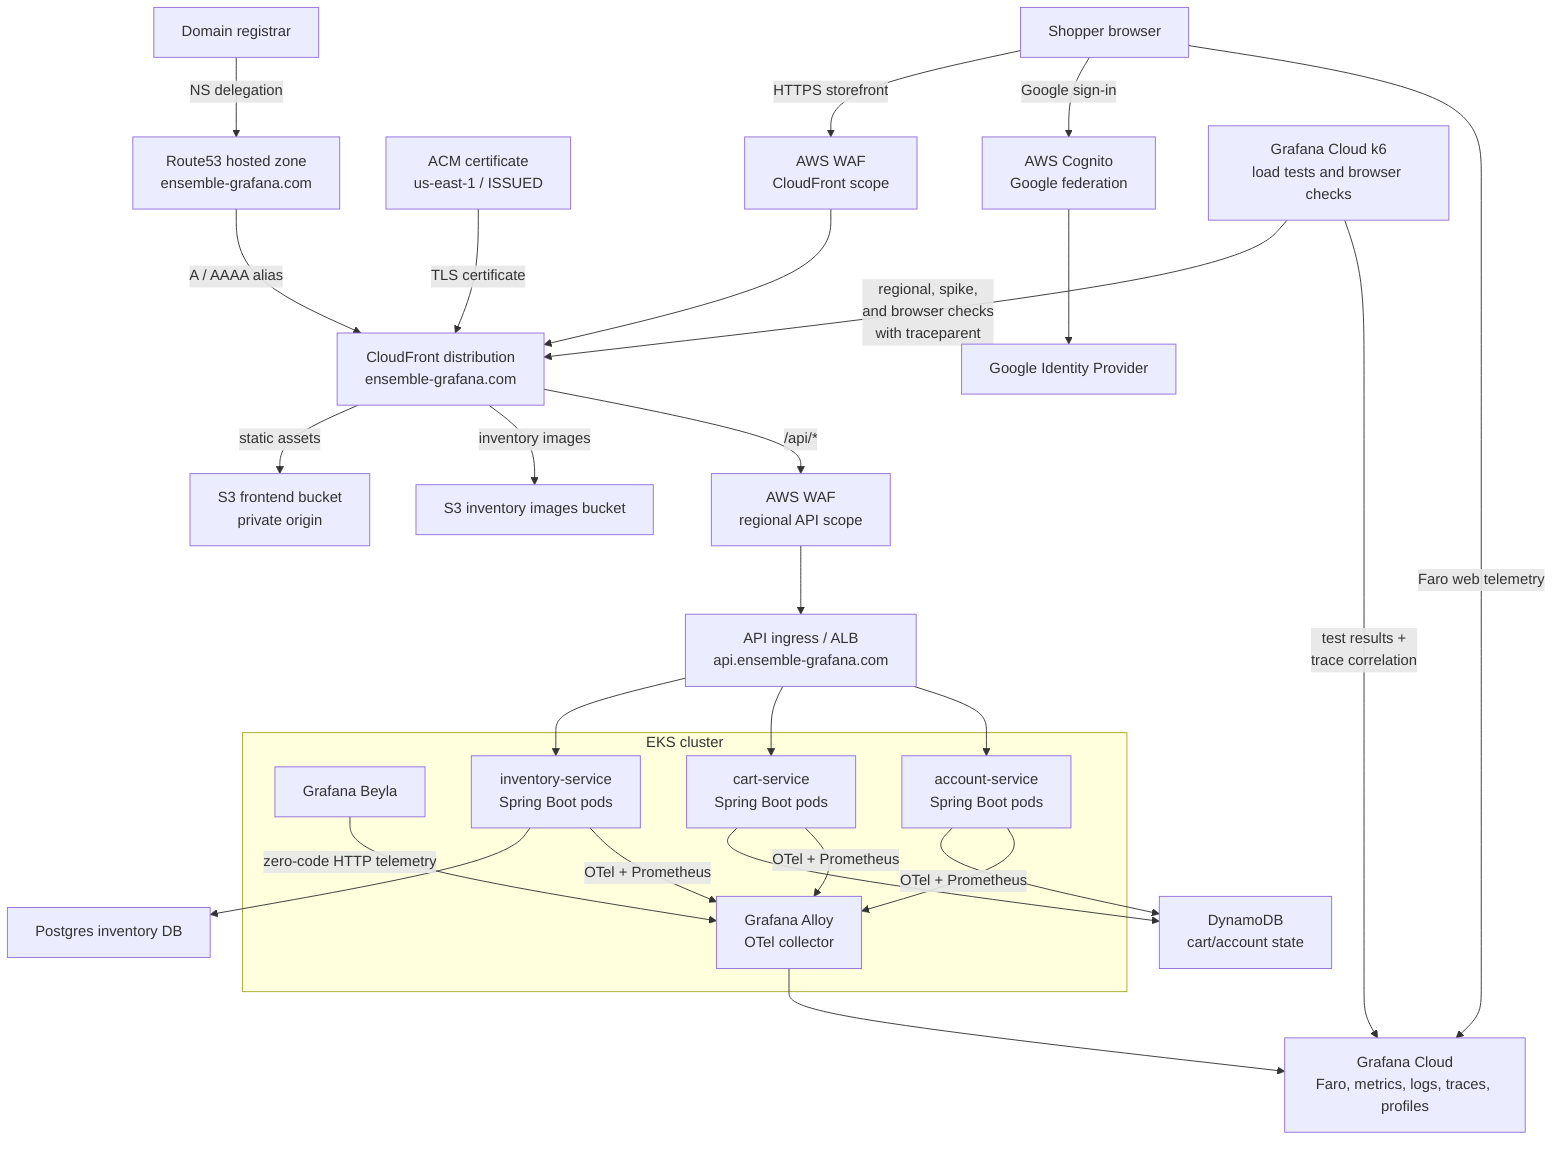
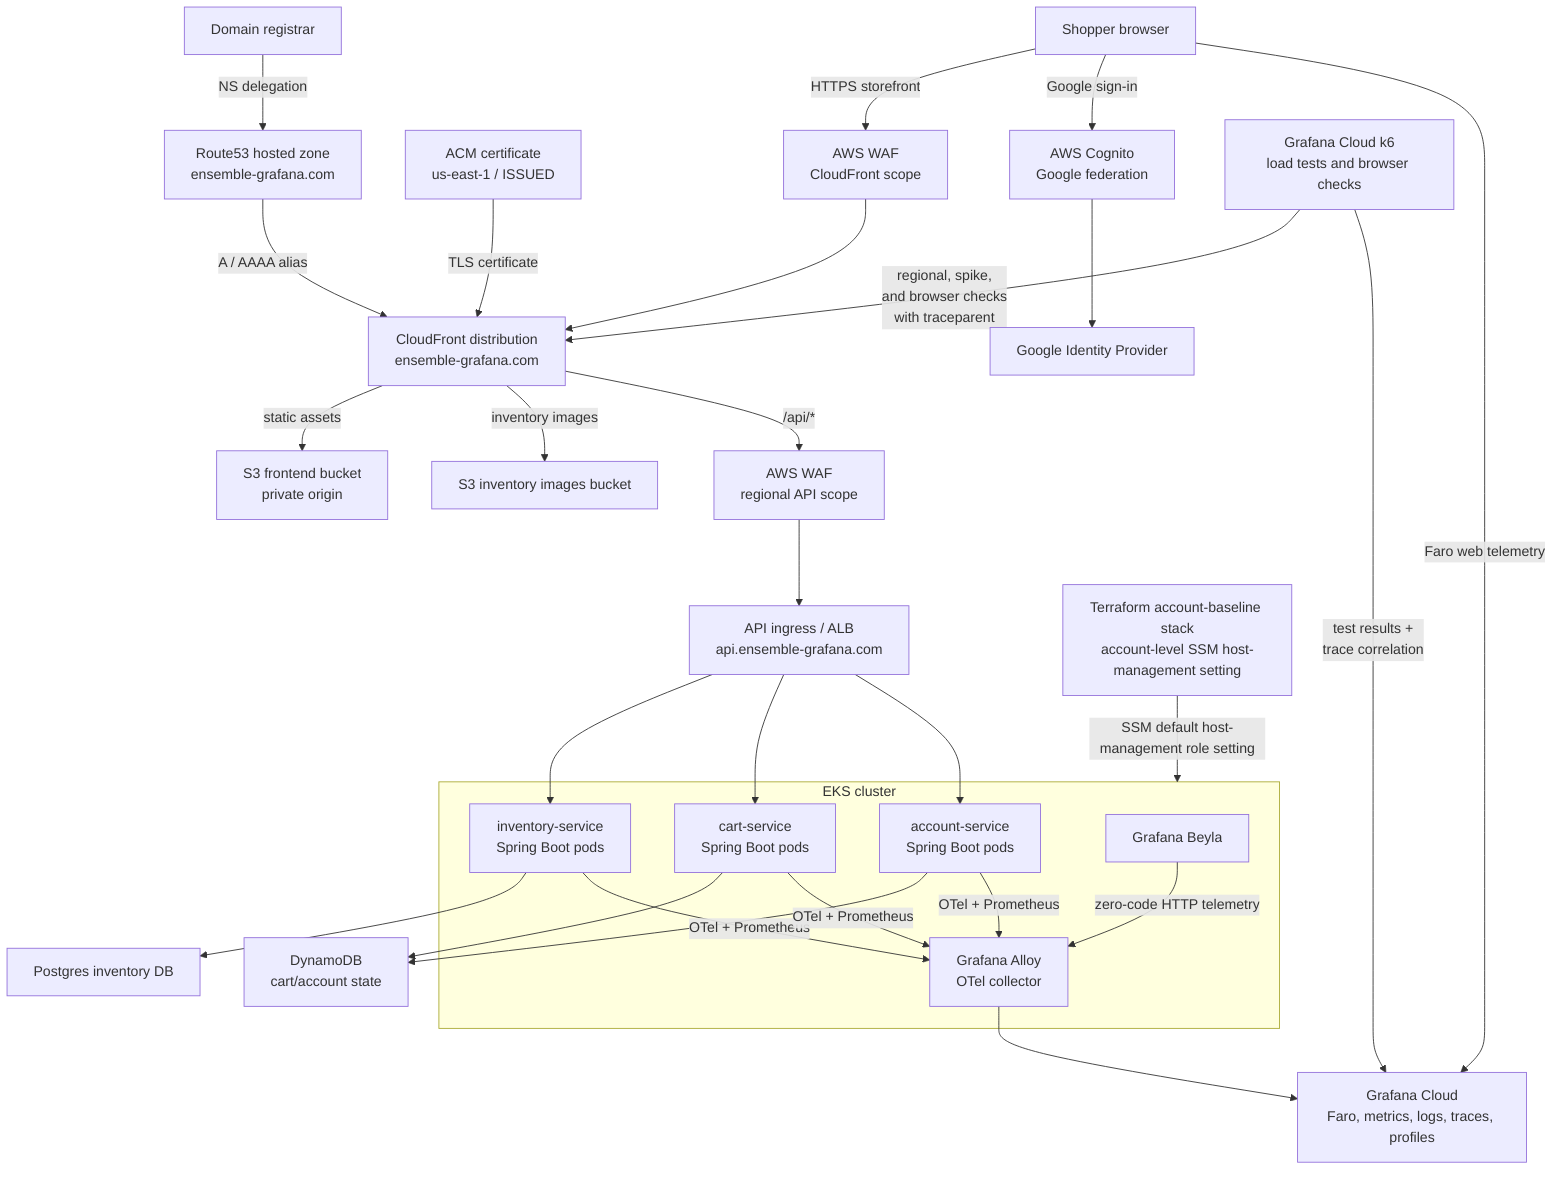
flowchart TB
  shopper["Shopper browser"]
  google["Google Identity Provider"]
  registrar["Domain registrar"]
  route53["Route53 hosted zone\nensemble-grafana.com"]
  acm["ACM certificate\nus-east-1 / ISSUED"]
  edgeWaf["AWS WAF\nCloudFront scope"]
  cloudfront["CloudFront distribution\nensemble-grafana.com"]
  staticS3["S3 frontend bucket\nprivate origin"]
  imageS3["S3 inventory images bucket"]
  apiAlb["API ingress / ALB\napi.ensemble-grafana.com"]
  regionalWaf["AWS WAF\nregional API scope"]

  subgraph eks["EKS cluster"]
    beyla["Grafana Beyla"]
    alloy["Grafana Alloy\nOTel collector"]
    inventory["inventory-service\nSpring Boot pods"]
    cart["cart-service\nSpring Boot pods"]
    account["account-service\nSpring Boot pods"]
  end

  postgres["Postgres inventory DB"]
  dynamodb["DynamoDB\ncart/account state"]
  cognito["AWS Cognito\nGoogle federation"]
  grafana["Grafana Cloud\nFaro, metrics, logs, traces, profiles"]
  k6["Grafana Cloud k6\nload tests and browser checks"]
+   accountBaseline["Terraform account-baseline stack\naccount-level SSM host-management setting"]

  registrar -->|"NS delegation"| route53
  route53 -->|"A / AAAA alias"| cloudfront
  acm -->|"TLS certificate"| cloudfront
  shopper -->|"HTTPS storefront"| edgeWaf --> cloudfront
  shopper -->|"Google sign-in"| cognito --> google
  cloudfront -->|"static assets"| staticS3
  cloudfront -->|"inventory images"| imageS3
  cloudfront -->|"/api/*"| regionalWaf --> apiAlb
  apiAlb --> inventory
  apiAlb --> cart
  apiAlb --> account
  inventory --> postgres
  cart --> dynamodb
  account --> dynamodb
  shopper -->|"Faro web telemetry"| grafana
+   accountBaseline -->|"SSM default host-management role setting"| eks
  k6 -->|"regional, spike,\nand browser checks\nwith traceparent"| cloudfront
  k6 -->|"test results +\ntrace correlation"| grafana
  beyla -->|"zero-code HTTP telemetry"| alloy
  inventory -->|"OTel + Prometheus"| alloy
  cart -->|"OTel + Prometheus"| alloy
  account -->|"OTel + Prometheus"| alloy
  alloy --> grafana
